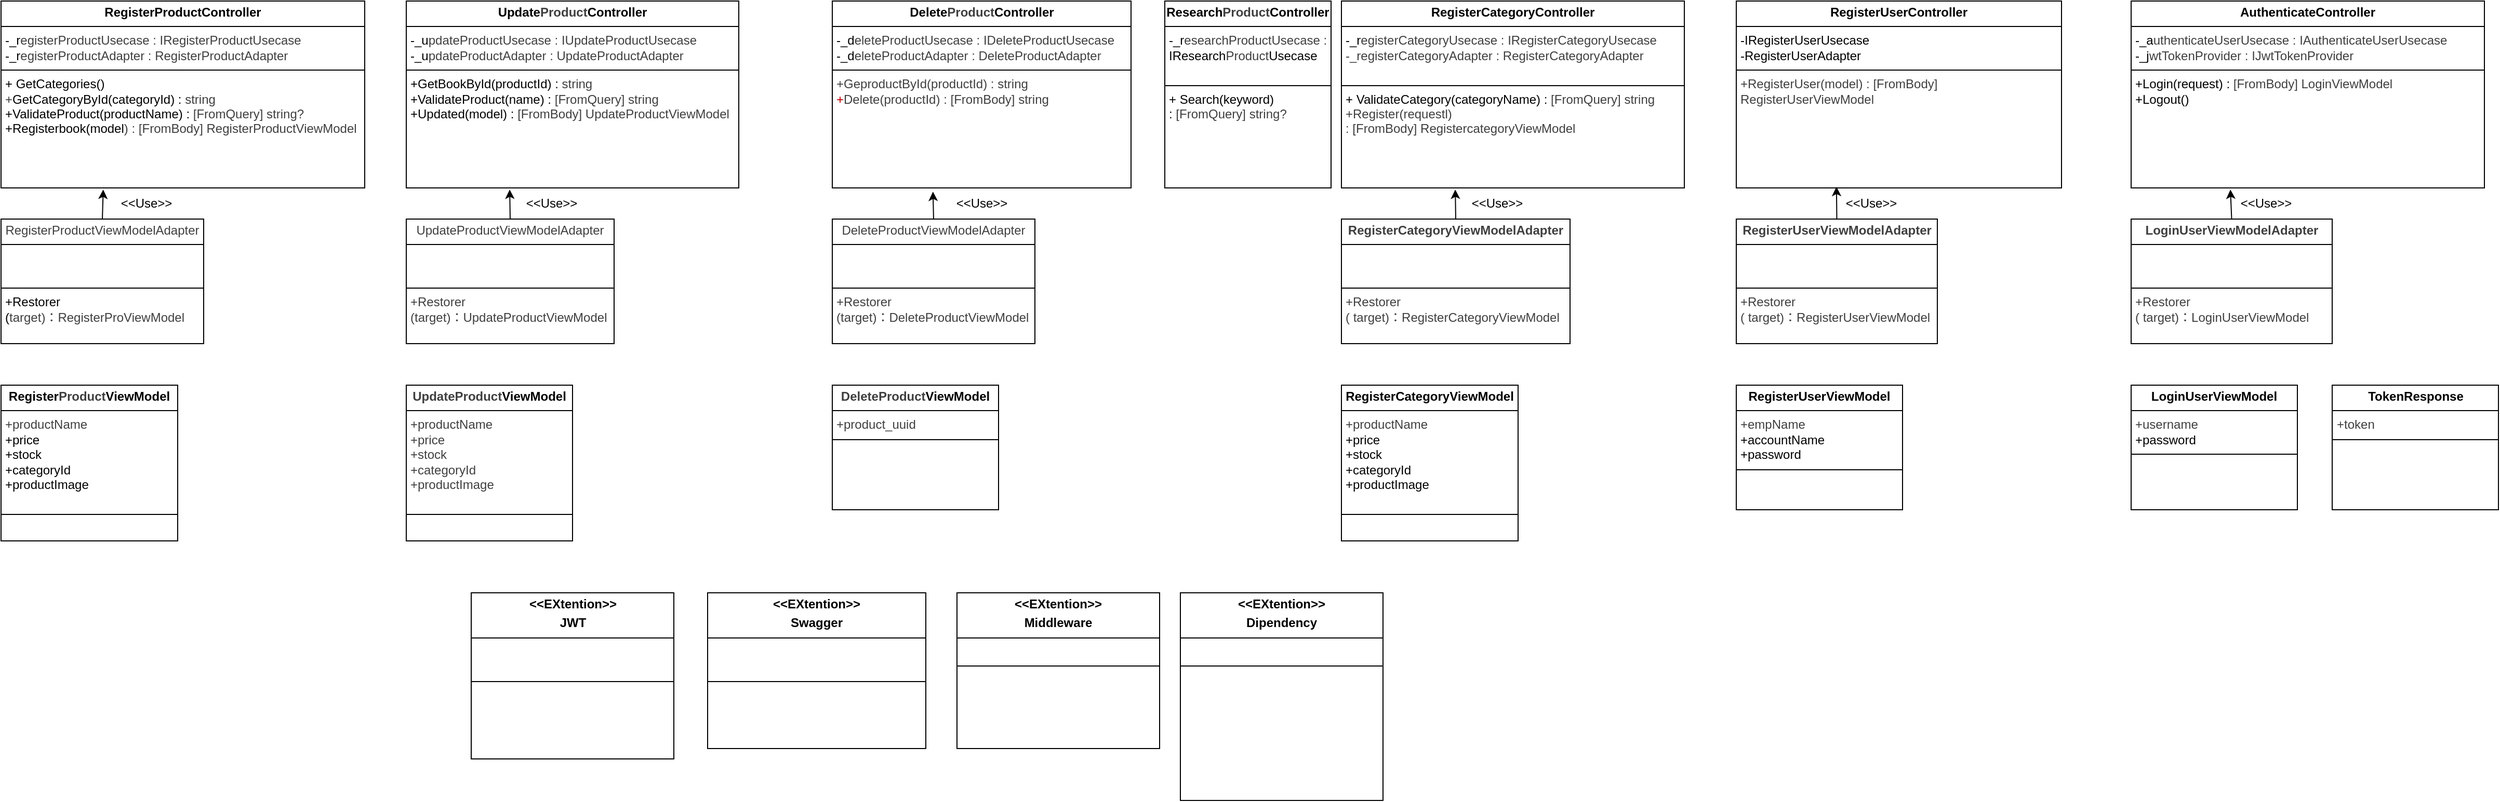
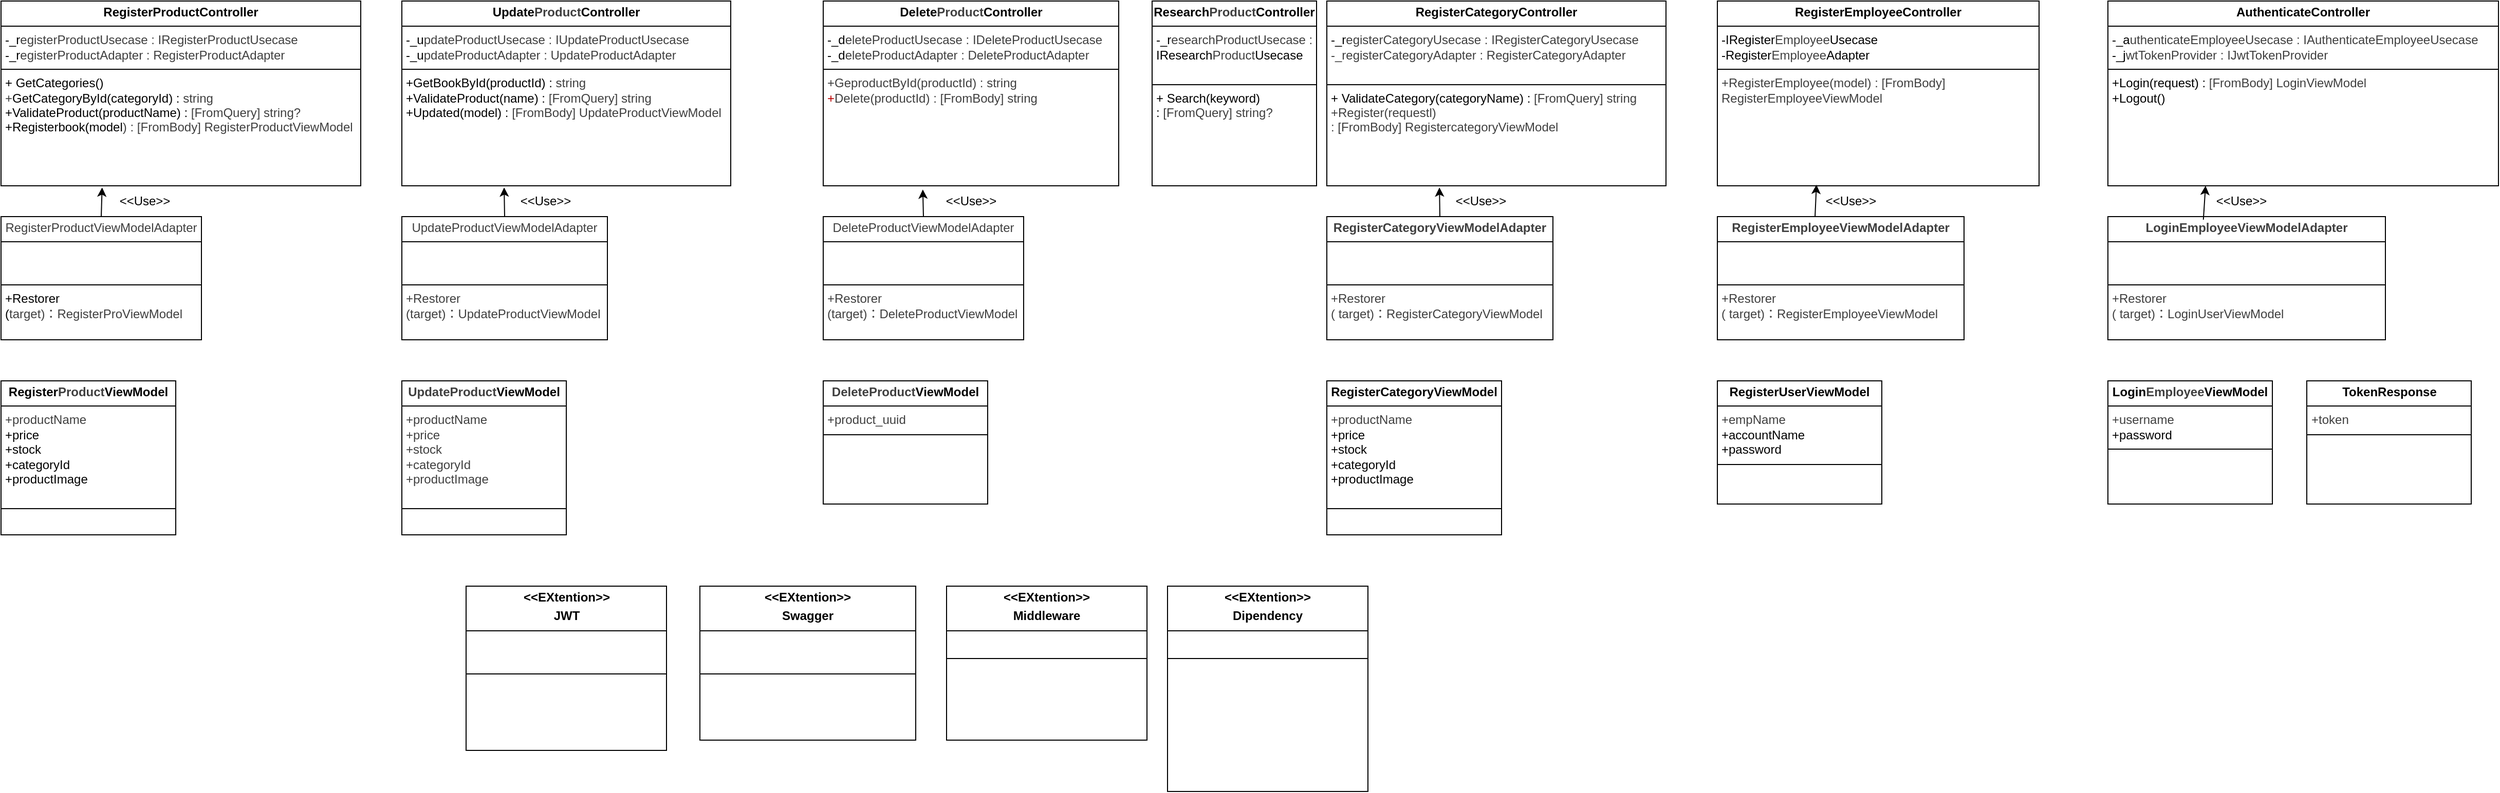
<mxfile host="65bd71144e">
    <diagram id="EApjV0AEF5bl3lN2ML2e" name="ページ1">
-         <mxGraphModel dx="1513" dy="342" grid="1" gridSize="10" guides="1" tooltips="1" connect="1" arrows="1" fold="1" page="1" pageScale="1" pageWidth="827" pageHeight="1169" math="0" shadow="0">
+         <mxGraphModel dx="2153" dy="702" grid="1" gridSize="10" guides="1" tooltips="1" connect="1" arrows="1" fold="1" page="1" pageScale="1" pageWidth="827" pageHeight="1169" math="0" shadow="0">
            <root>
                <mxCell id="0"/>
                <mxCell id="1" parent="0"/>
                <mxCell id="2" value="&lt;p style=&quot;margin:0px;margin-top:4px;text-align:center;&quot;&gt;&lt;b&gt;RegisterProductController&lt;/b&gt;&lt;/p&gt;&lt;hr size=&quot;1&quot; style=&quot;border-style:solid;&quot;&gt;&lt;p style=&quot;margin:0px;margin-left:4px;&quot;&gt;-_r&lt;span style=&quot;background-color: transparent; color: rgb(63, 63, 63);&quot;&gt;egister&lt;/span&gt;&lt;span style=&quot;background-color: transparent; scrollbar-color: rgb(226, 226, 226) rgb(251, 251, 251); text-align: center; color: rgb(63, 63, 63);&quot;&gt;Product&lt;/span&gt;&lt;span style=&quot;background-color: transparent; color: rgb(63, 63, 63);&quot;&gt;Usecase :&amp;nbsp;&lt;/span&gt;&lt;span style=&quot;color: rgb(63, 63, 63); background-color: transparent;&quot;&gt;IRegister&lt;/span&gt;&lt;span style=&quot;background-color: transparent; scrollbar-color: rgb(226, 226, 226) rgb(251, 251, 251); text-align: center; color: rgb(63, 63, 63);&quot;&gt;Product&lt;/span&gt;&lt;span style=&quot;color: rgb(63, 63, 63); background-color: transparent;&quot;&gt;Usecase&lt;/span&gt;&lt;/p&gt;&lt;p style=&quot;margin:0px;margin-left:4px;&quot;&gt;-_r&lt;span style=&quot;background-color: transparent; color: rgb(63, 63, 63);&quot;&gt;egister&lt;/span&gt;&lt;span style=&quot;background-color: transparent; scrollbar-color: rgb(226, 226, 226) rgb(251, 251, 251); text-align: center; color: rgb(63, 63, 63);&quot;&gt;Product&lt;/span&gt;&lt;span style=&quot;background-color: transparent; color: rgb(63, 63, 63);&quot;&gt;Adapter :&amp;nbsp;&lt;/span&gt;&lt;span style=&quot;color: rgb(63, 63, 63); background-color: transparent;&quot;&gt;Register&lt;/span&gt;&lt;span style=&quot;background-color: transparent; scrollbar-color: rgb(226, 226, 226) rgb(251, 251, 251); text-align: center; color: rgb(63, 63, 63);&quot;&gt;Product&lt;/span&gt;&lt;span style=&quot;color: rgb(63, 63, 63); background-color: transparent;&quot;&gt;Adapter&lt;/span&gt;&lt;/p&gt;&lt;hr size=&quot;1&quot; style=&quot;border-style:solid;&quot;&gt;&lt;p style=&quot;margin:0px;margin-left:4px;&quot;&gt;+&amp;nbsp;&lt;span style=&quot;background-color: transparent;&quot;&gt;GetCategories()&lt;/span&gt;&lt;/p&gt;&lt;p style=&quot;margin:0px;margin-left:4px;&quot;&gt;&lt;span style=&quot;color: rgb(63, 63, 63); background-color: transparent;&quot;&gt;+&lt;/span&gt;&lt;span style=&quot;background-color: transparent;&quot;&gt;GetCategoryById(categoryId) :&amp;nbsp;&lt;/span&gt;&lt;span style=&quot;color: rgb(63, 63, 63); background-color: transparent;&quot;&gt;string&lt;/span&gt;&lt;span style=&quot;color: rgb(63, 63, 63); background-color: transparent;&quot;&gt;&amp;nbsp;&lt;/span&gt;&lt;/p&gt;&lt;p style=&quot;margin:0px;margin-left:4px;&quot;&gt;+ValidateProduct(productName) :&amp;nbsp;&lt;span style=&quot;color: rgb(63, 63, 63); background-color: transparent;&quot;&gt;[FromQuery] string?&lt;/span&gt;&lt;span style=&quot;color: rgb(63, 63, 63); background-color: transparent;&quot;&gt;&amp;nbsp;&lt;/span&gt;&lt;/p&gt;&lt;p style=&quot;margin:0px;margin-left:4px;&quot;&gt;+&lt;span style=&quot;background-color: transparent;&quot;&gt;Registerbook(model&lt;/span&gt;&lt;span style=&quot;background-color: transparent; color: rgb(63, 63, 63);&quot;&gt;) :&amp;nbsp;&lt;/span&gt;&lt;span style=&quot;background-color: transparent; color: rgb(63, 63, 63);&quot;&gt;[FromBody]&amp;nbsp;&lt;/span&gt;&lt;span style=&quot;color: rgb(63, 63, 63); background-color: transparent;&quot;&gt;RegisterProductViewModel&lt;/span&gt;&lt;span style=&quot;color: rgb(63, 63, 63); background-color: transparent;&quot;&gt;&amp;nbsp;&lt;/span&gt;&lt;/p&gt;&lt;div&gt;&lt;br&gt;&lt;/div&gt;" style="verticalAlign=top;align=left;overflow=fill;html=1;whiteSpace=wrap;" parent="1" vertex="1">
                    <mxGeometry x="-420" y="870" width="350" height="180" as="geometry"/>
                </mxCell>
                <mxCell id="3" value="&lt;p style=&quot;margin:0px;margin-top:4px;text-align:center;&quot;&gt;&lt;b&gt;Register&lt;span style=&quot;color: rgb(63, 63, 63);&quot;&gt;Product&lt;/span&gt;ViewModel&lt;/b&gt;&lt;/p&gt;&lt;hr size=&quot;1&quot; style=&quot;border-style:solid;&quot;&gt;&lt;p style=&quot;margin:0px;margin-left:4px;&quot;&gt;&lt;span style=&quot;color: rgb(63, 63, 63); background-color: transparent;&quot;&gt;+productName&lt;/span&gt;&lt;/p&gt;&lt;p style=&quot;margin:0px;margin-left:4px;&quot;&gt;+price&lt;/p&gt;&lt;p style=&quot;margin:0px;margin-left:4px;&quot;&gt;+stock&lt;/p&gt;&lt;p style=&quot;margin:0px;margin-left:4px;&quot;&gt;+categoryId&lt;/p&gt;&lt;p style=&quot;margin:0px;margin-left:4px;&quot;&gt;+productImage&lt;/p&gt;&lt;p style=&quot;margin:0px;margin-left:4px;&quot;&gt;&lt;br&gt;&lt;/p&gt;&lt;hr size=&quot;1&quot; style=&quot;border-style:solid;&quot;&gt;&lt;p style=&quot;margin:0px;margin-left:4px;&quot;&gt;&lt;br&gt;&lt;/p&gt;" style="verticalAlign=top;align=left;overflow=fill;html=1;whiteSpace=wrap;" parent="1" vertex="1">
                    <mxGeometry x="-420" y="1240" width="170" height="150" as="geometry"/>
                </mxCell>
                <mxCell id="4" value="&lt;p style=&quot;margin:0px;margin-top:4px;text-align:center;&quot;&gt;&lt;span style=&quot;color: rgb(63, 63, 63); background-color: transparent;&quot;&gt;Register&lt;span style=&quot;color: rgb(63, 63, 63); scrollbar-color: rgb(226, 226, 226) rgb(251, 251, 251);&quot;&gt;Product&lt;/span&gt;ViewModelAdapter&lt;/span&gt;&lt;/p&gt;&lt;hr size=&quot;1&quot; style=&quot;border-style:solid;&quot;&gt;&lt;p style=&quot;margin:0px;margin-left:4px;&quot;&gt;&lt;br&gt;&lt;/p&gt;&lt;p style=&quot;margin:0px;margin-left:4px;&quot;&gt;&lt;br&gt;&lt;/p&gt;&lt;hr size=&quot;1&quot; style=&quot;border-style:solid;&quot;&gt;&lt;p style=&quot;margin:0px;margin-left:4px;&quot;&gt;&lt;span style=&quot;background-color: transparent;&quot;&gt;+Restorer&lt;/span&gt;&lt;/p&gt;&lt;p style=&quot;margin:0px;margin-left:4px;&quot;&gt;&lt;span style=&quot;background-color: transparent;&quot;&gt;(&lt;/span&gt;&lt;span style=&quot;background-color: transparent; color: rgb(63, 63, 63); scrollbar-color: rgb(226, 226, 226) rgb(251, 251, 251); text-align: center;&quot;&gt;target&lt;/span&gt;&lt;span style=&quot;background-color: transparent; color: rgb(63, 63, 63);&quot;&gt;)：&lt;/span&gt;&lt;span style=&quot;color: rgb(63, 63, 63); text-align: center; background-color: transparent;&quot;&gt;RegisterProViewModel&lt;/span&gt;&lt;/p&gt;" style="verticalAlign=top;align=left;overflow=fill;html=1;whiteSpace=wrap;" parent="1" vertex="1">
                    <mxGeometry x="-420" y="1080" width="195" height="120" as="geometry"/>
                </mxCell>
                <mxCell id="5" value="&lt;p style=&quot;margin:0px;margin-top:4px;text-align:center;&quot;&gt;&lt;b&gt;Update&lt;/b&gt;&lt;b style=&quot;color: rgb(63, 63, 63); scrollbar-color: rgb(226, 226, 226) rgb(251, 251, 251);&quot;&gt;Product&lt;/b&gt;&lt;b&gt;Controller&lt;/b&gt;&lt;/p&gt;&lt;hr size=&quot;1&quot; style=&quot;border-style:solid;&quot;&gt;&lt;p style=&quot;margin:0px;margin-left:4px;&quot;&gt;-_u&lt;span style=&quot;background-color: transparent; color: rgb(63, 63, 63);&quot;&gt;pdate&lt;/span&gt;&lt;span style=&quot;background-color: transparent; scrollbar-color: rgb(226, 226, 226) rgb(251, 251, 251); text-align: center; color: rgb(63, 63, 63);&quot;&gt;Product&lt;/span&gt;&lt;span style=&quot;background-color: transparent; color: rgb(63, 63, 63);&quot;&gt;Usecase :&amp;nbsp;&lt;/span&gt;&lt;span style=&quot;color: rgb(63, 63, 63); background-color: transparent;&quot;&gt;IUpdate&lt;/span&gt;&lt;span style=&quot;background-color: transparent; scrollbar-color: rgb(226, 226, 226) rgb(251, 251, 251); text-align: center; color: rgb(63, 63, 63);&quot;&gt;Product&lt;/span&gt;&lt;span style=&quot;color: rgb(63, 63, 63); background-color: transparent;&quot;&gt;Usecase&lt;/span&gt;&lt;/p&gt;&lt;p style=&quot;margin:0px;margin-left:4px;&quot;&gt;-_u&lt;span style=&quot;background-color: transparent; color: rgb(63, 63, 63);&quot;&gt;pdate&lt;/span&gt;&lt;span style=&quot;background-color: transparent; scrollbar-color: rgb(226, 226, 226) rgb(251, 251, 251); text-align: center; color: rgb(63, 63, 63);&quot;&gt;Product&lt;/span&gt;&lt;span style=&quot;background-color: transparent; color: rgb(63, 63, 63);&quot;&gt;Adapter :&amp;nbsp;&lt;/span&gt;&lt;span style=&quot;color: rgb(63, 63, 63); background-color: transparent;&quot;&gt;Update&lt;/span&gt;&lt;span style=&quot;background-color: transparent; scrollbar-color: rgb(226, 226, 226) rgb(251, 251, 251); text-align: center; color: rgb(63, 63, 63);&quot;&gt;Product&lt;/span&gt;&lt;span style=&quot;color: rgb(63, 63, 63); background-color: transparent;&quot;&gt;Adapter&lt;/span&gt;&lt;/p&gt;&lt;hr size=&quot;1&quot; style=&quot;border-style:solid;&quot;&gt;&lt;p style=&quot;margin:0px;margin-left:4px;&quot;&gt;+GetBookById(productId) :&amp;nbsp;&lt;span style=&quot;color: rgb(63, 63, 63); background-color: transparent;&quot;&gt;string&lt;/span&gt;&lt;span style=&quot;color: rgb(63, 63, 63); background-color: transparent;&quot;&gt;&amp;nbsp;&lt;/span&gt;&lt;/p&gt;&lt;p style=&quot;margin:0px;margin-left:4px;&quot;&gt;+ValidateProduct(name) :&amp;nbsp;&lt;span style=&quot;color: rgb(63, 63, 63); background-color: transparent;&quot;&gt;[FromQuery] string&lt;/span&gt;&lt;span style=&quot;color: rgb(63, 63, 63); background-color: transparent;&quot;&gt;&amp;nbsp;&lt;/span&gt;&lt;/p&gt;&lt;p style=&quot;margin:0px;margin-left:4px;&quot;&gt;+Updated(model) :&amp;nbsp;&lt;span style=&quot;color: rgb(63, 63, 63); background-color: transparent;&quot;&gt;[FromBody] UpdateProductViewModel&lt;/span&gt;&lt;span style=&quot;color: rgb(63, 63, 63); background-color: transparent;&quot;&gt;&amp;nbsp;&lt;/span&gt;&lt;/p&gt;" style="verticalAlign=top;align=left;overflow=fill;html=1;whiteSpace=wrap;" parent="1" vertex="1">
                    <mxGeometry x="-30" y="870" width="320" height="180" as="geometry"/>
                </mxCell>
                <mxCell id="6" value="&lt;p style=&quot;margin:0px;margin-top:4px;text-align:center;&quot;&gt;&lt;b&gt;Delete&lt;/b&gt;&lt;b style=&quot;color: rgb(63, 63, 63); scrollbar-color: rgb(226, 226, 226) rgb(251, 251, 251);&quot;&gt;Product&lt;/b&gt;&lt;b&gt;Controller&lt;/b&gt;&lt;/p&gt;&lt;hr size=&quot;1&quot; style=&quot;border-style:solid;&quot;&gt;&lt;p style=&quot;margin:0px;margin-left:4px;&quot;&gt;-_d&lt;span style=&quot;background-color: transparent; color: rgb(63, 63, 63);&quot;&gt;elete&lt;/span&gt;&lt;span style=&quot;background-color: transparent; scrollbar-color: rgb(226, 226, 226) rgb(251, 251, 251); text-align: center; color: rgb(63, 63, 63);&quot;&gt;Product&lt;/span&gt;&lt;span style=&quot;background-color: transparent; color: rgb(63, 63, 63);&quot;&gt;Usecase :&amp;nbsp;&lt;/span&gt;&lt;span style=&quot;color: rgb(63, 63, 63); background-color: transparent;&quot;&gt;IDelete&lt;/span&gt;&lt;span style=&quot;background-color: transparent; text-align: center; color: rgb(63, 63, 63);&quot;&gt;Product&lt;/span&gt;&lt;span style=&quot;color: rgb(63, 63, 63); background-color: transparent;&quot;&gt;Usecase&lt;/span&gt;&lt;/p&gt;&lt;p style=&quot;margin:0px;margin-left:4px;&quot;&gt;-_d&lt;span style=&quot;background-color: transparent; color: rgb(63, 63, 63);&quot;&gt;elete&lt;/span&gt;&lt;span style=&quot;background-color: transparent; scrollbar-color: rgb(226, 226, 226) rgb(251, 251, 251); text-align: center; color: rgb(63, 63, 63);&quot;&gt;Product&lt;/span&gt;&lt;span style=&quot;background-color: transparent; color: rgb(63, 63, 63);&quot;&gt;Adapter :&amp;nbsp;&lt;/span&gt;&lt;span style=&quot;color: rgb(63, 63, 63); background-color: transparent;&quot;&gt;Delete&lt;/span&gt;&lt;span style=&quot;background-color: transparent; text-align: center; color: rgb(63, 63, 63);&quot;&gt;Product&lt;/span&gt;&lt;span style=&quot;color: rgb(63, 63, 63); background-color: transparent;&quot;&gt;Adapter&lt;/span&gt;&lt;/p&gt;&lt;hr size=&quot;1&quot; style=&quot;border-style:solid;&quot;&gt;&lt;p style=&quot;color: rgb(63, 63, 63); scrollbar-color: rgb(226, 226, 226) rgb(251, 251, 251); margin: 0px 0px 0px 4px;&quot;&gt;+GeproductById(productId) :&amp;nbsp;&lt;span style=&quot;color: rgb(63, 63, 63); background-color: transparent;&quot;&gt;string&lt;/span&gt;&lt;span style=&quot;color: rgb(63, 63, 63); background-color: transparent;&quot;&gt;&amp;nbsp;&lt;/span&gt;&lt;/p&gt;&lt;p style=&quot;scrollbar-color: rgb(226, 226, 226) rgb(251, 251, 251); margin: 0px 0px 0px 4px; color: rgb(63, 63, 63);&quot;&gt;&lt;font color=&quot;rgba(0, 0, 0, 0)&quot;&gt;+&lt;/font&gt;&lt;span style=&quot;background-color: transparent;&quot;&gt;Delete(productId) : [&lt;/span&gt;&lt;span style=&quot;color: rgb(63, 63, 63); background-color: transparent;&quot;&gt;FromBody] string&lt;/span&gt;&lt;/p&gt;" style="verticalAlign=top;align=left;overflow=fill;html=1;whiteSpace=wrap;" parent="1" vertex="1">
                    <mxGeometry x="380" y="870" width="287.5" height="180" as="geometry"/>
                </mxCell>
                <mxCell id="7" value="&lt;p style=&quot;margin:0px;margin-top:4px;text-align:center;&quot;&gt;&lt;b&gt;Research&lt;/b&gt;&lt;b style=&quot;color: rgb(63, 63, 63); scrollbar-color: rgb(226, 226, 226) rgb(251, 251, 251);&quot;&gt;Product&lt;/b&gt;&lt;b&gt;Controller&lt;/b&gt;&lt;/p&gt;&lt;hr size=&quot;1&quot; style=&quot;border-style:solid;&quot;&gt;&lt;p style=&quot;margin:0px;margin-left:4px;&quot;&gt;-_r&lt;span style=&quot;color: rgb(63, 63, 63); background-color: transparent;&quot;&gt;esearch&lt;/span&gt;&lt;span style=&quot;color: rgb(63, 63, 63); background-color: transparent; scrollbar-color: rgb(226, 226, 226) rgb(251, 251, 251); text-align: center;&quot;&gt;Product&lt;/span&gt;&lt;span style=&quot;color: rgb(63, 63, 63); background-color: transparent;&quot;&gt;Usecase :&amp;nbsp;&lt;/span&gt;&lt;/p&gt;&lt;p style=&quot;margin:0px;margin-left:4px;&quot;&gt;IResearch&lt;span style=&quot;color: rgb(63, 63, 63); text-align: center;&quot;&gt;Product&lt;/span&gt;Usecase&lt;/p&gt;&lt;p style=&quot;margin:0px;margin-left:4px;&quot;&gt;&lt;br&gt;&lt;/p&gt;&lt;hr size=&quot;1&quot; style=&quot;border-style:solid;&quot;&gt;&lt;p style=&quot;margin:0px;margin-left:4px;&quot;&gt;+ Search(keyword) :&amp;nbsp;&lt;span style=&quot;color: rgb(63, 63, 63); background-color: transparent;&quot;&gt;[FromQuery] string?&lt;/span&gt;&lt;span style=&quot;color: rgb(63, 63, 63); background-color: transparent;&quot;&gt;&amp;nbsp;&lt;/span&gt;&lt;/p&gt;" style="verticalAlign=top;align=left;overflow=fill;html=1;whiteSpace=wrap;" parent="1" vertex="1">
                    <mxGeometry x="700" y="870" width="160" height="180" as="geometry"/>
                </mxCell>
-                 <mxCell id="8" value="&lt;p style=&quot;margin:0px;margin-top:4px;text-align:center;&quot;&gt;&lt;b&gt;RegisterUserController&lt;/b&gt;&lt;/p&gt;&lt;hr size=&quot;1&quot; style=&quot;border-style:solid;&quot;&gt;&lt;p style=&quot;margin:0px;margin-left:4px;&quot;&gt;-IRegisterUserUsecase&lt;/p&gt;&lt;p style=&quot;margin:0px;margin-left:4px;&quot;&gt;-RegisterUserAdapter&lt;/p&gt;&lt;hr size=&quot;1&quot; style=&quot;border-style:solid;&quot;&gt;&lt;p style=&quot;margin:0px;margin-left:4px;&quot;&gt;&lt;span style=&quot;color: rgb(63, 63, 63); background-color: transparent;&quot;&gt;+&lt;/span&gt;&lt;span style=&quot;color: rgb(63, 63, 63); background-color: transparent;&quot;&gt;RegisterUser(model&lt;/span&gt;&lt;span style=&quot;background-color: transparent; color: rgb(63, 63, 63);&quot;&gt;) :&amp;nbsp;&lt;/span&gt;&lt;span style=&quot;color: rgb(63, 63, 63); background-color: transparent;&quot;&gt;[FromBody] RegisterUserViewModel&lt;/span&gt;&lt;/p&gt;&lt;div&gt;&lt;br&gt;&lt;/div&gt;" style="verticalAlign=top;align=left;overflow=fill;html=1;whiteSpace=wrap;" parent="1" vertex="1">
+                 <mxCell id="8" value="&lt;p style=&quot;margin:0px;margin-top:4px;text-align:center;&quot;&gt;&lt;b&gt;RegisterEmployeeController&lt;/b&gt;&lt;/p&gt;&lt;hr size=&quot;1&quot; style=&quot;border-style:solid;&quot;&gt;&lt;p style=&quot;margin:0px;margin-left:4px;&quot;&gt;-IRegister&lt;span style=&quot;color: rgb(63, 63, 63); scrollbar-color: rgb(226, 226, 226) rgb(251, 251, 251); text-align: center;&quot;&gt;Employee&lt;/span&gt;Usecase&lt;/p&gt;&lt;p style=&quot;margin:0px;margin-left:4px;&quot;&gt;-Register&lt;span style=&quot;color: rgb(63, 63, 63); text-align: center;&quot;&gt;Employee&lt;/span&gt;Adapter&lt;/p&gt;&lt;hr size=&quot;1&quot; style=&quot;border-style:solid;&quot;&gt;&lt;p style=&quot;margin:0px;margin-left:4px;&quot;&gt;&lt;span style=&quot;color: rgb(63, 63, 63); background-color: transparent;&quot;&gt;+&lt;/span&gt;&lt;span style=&quot;color: rgb(63, 63, 63); background-color: transparent;&quot;&gt;Register&lt;span style=&quot;color: rgb(63, 63, 63); text-align: center;&quot;&gt;Employee&lt;/span&gt;(model&lt;/span&gt;&lt;span style=&quot;background-color: transparent; color: rgb(63, 63, 63);&quot;&gt;) :&amp;nbsp;&lt;/span&gt;&lt;span style=&quot;color: rgb(63, 63, 63); background-color: transparent;&quot;&gt;[FromBody] Register&lt;span style=&quot;color: rgb(63, 63, 63); text-align: center;&quot;&gt;Employee&lt;/span&gt;ViewModel&lt;/span&gt;&lt;/p&gt;&lt;div&gt;&lt;br&gt;&lt;/div&gt;" style="verticalAlign=top;align=left;overflow=fill;html=1;whiteSpace=wrap;" parent="1" vertex="1">
                    <mxGeometry x="1250" y="870" width="313" height="180" as="geometry"/>
                </mxCell>
-                 <mxCell id="9" value="&lt;p style=&quot;margin:0px;margin-top:4px;text-align:center;&quot;&gt;&lt;b&gt;AuthenticateController&lt;/b&gt;&lt;/p&gt;&lt;hr size=&quot;1&quot; style=&quot;border-style:solid;&quot;&gt;&lt;p style=&quot;margin:0px;margin-left:4px;&quot;&gt;-_a&lt;span style=&quot;color: rgb(63, 63, 63); background-color: transparent;&quot;&gt;uthenticateUserUsecase :&amp;nbsp;&lt;/span&gt;&lt;span style=&quot;color: rgb(63, 63, 63); background-color: transparent;&quot;&gt;IAuthenticateUserUsecase&lt;/span&gt;&lt;/p&gt;&lt;p style=&quot;margin:0px;margin-left:4px;&quot;&gt;-_j&lt;span style=&quot;color: rgb(63, 63, 63); background-color: transparent;&quot;&gt;wtTokenProvider :&amp;nbsp;&lt;/span&gt;&lt;span style=&quot;color: rgb(63, 63, 63); background-color: transparent;&quot;&gt;IJwtTokenProvider&lt;/span&gt;&lt;/p&gt;&lt;hr size=&quot;1&quot; style=&quot;border-style:solid;&quot;&gt;&lt;p style=&quot;margin:0px;margin-left:4px;&quot;&gt;+Login(request) :&amp;nbsp;&lt;span style=&quot;color: rgb(63, 63, 63); background-color: transparent;&quot;&gt;[FromBody] LoginViewModel&lt;/span&gt;&lt;span style=&quot;color: rgb(63, 63, 63); background-color: transparent;&quot;&gt;&amp;nbsp;&lt;/span&gt;&lt;/p&gt;&lt;p style=&quot;margin:0px;margin-left:4px;&quot;&gt;+Logout()&lt;/p&gt;" style="verticalAlign=top;align=left;overflow=fill;html=1;whiteSpace=wrap;" parent="1" vertex="1">
-                     <mxGeometry x="1630" y="870" width="340" height="180" as="geometry"/>
+                 <mxCell id="9" value="&lt;p style=&quot;margin:0px;margin-top:4px;text-align:center;&quot;&gt;&lt;b&gt;AuthenticateController&lt;/b&gt;&lt;/p&gt;&lt;hr size=&quot;1&quot; style=&quot;border-style:solid;&quot;&gt;&lt;p style=&quot;margin:0px;margin-left:4px;&quot;&gt;-_a&lt;span style=&quot;color: rgb(63, 63, 63); background-color: transparent;&quot;&gt;uthenticate&lt;span style=&quot;color: rgb(63, 63, 63); text-align: center;&quot;&gt;Employee&lt;/span&gt;Usecase :&amp;nbsp;&lt;/span&gt;&lt;span style=&quot;color: rgb(63, 63, 63); background-color: transparent;&quot;&gt;IAuthenticate&lt;span style=&quot;color: rgb(63, 63, 63); text-align: center;&quot;&gt;Employee&lt;/span&gt;Usecase&lt;/span&gt;&lt;/p&gt;&lt;p style=&quot;margin:0px;margin-left:4px;&quot;&gt;-_j&lt;span style=&quot;color: rgb(63, 63, 63); background-color: transparent;&quot;&gt;wtTokenProvider :&amp;nbsp;&lt;/span&gt;&lt;span style=&quot;color: rgb(63, 63, 63); background-color: transparent;&quot;&gt;IJwtTokenProvider&lt;/span&gt;&lt;/p&gt;&lt;hr size=&quot;1&quot; style=&quot;border-style:solid;&quot;&gt;&lt;p style=&quot;margin:0px;margin-left:4px;&quot;&gt;+Login(request) :&amp;nbsp;&lt;span style=&quot;color: rgb(63, 63, 63); background-color: transparent;&quot;&gt;[FromBody] LoginViewModel&lt;/span&gt;&lt;span style=&quot;color: rgb(63, 63, 63); background-color: transparent;&quot;&gt;&amp;nbsp;&lt;/span&gt;&lt;/p&gt;&lt;p style=&quot;margin:0px;margin-left:4px;&quot;&gt;+Logout()&lt;/p&gt;" style="verticalAlign=top;align=left;overflow=fill;html=1;whiteSpace=wrap;" parent="1" vertex="1">
+                     <mxGeometry x="1630" y="870" width="380" height="180" as="geometry"/>
                </mxCell>
                <mxCell id="10" value="&lt;p style=&quot;margin:0px;margin-top:4px;text-align:center;&quot;&gt;&lt;b&gt;&lt;span style=&quot;background-color: transparent; color: rgb(63, 63, 63); scrollbar-color: rgb(226, 226, 226) rgb(251, 251, 251);&quot;&gt;Update&lt;/span&gt;&lt;span style=&quot;color: rgb(63, 63, 63);&quot;&gt;Product&lt;/span&gt;ViewModel&lt;/b&gt;&lt;/p&gt;&lt;hr size=&quot;1&quot; style=&quot;border-style:solid;&quot;&gt;&lt;p style=&quot;color: rgb(63, 63, 63); scrollbar-color: rgb(226, 226, 226) rgb(251, 251, 251); margin: 0px 0px 0px 4px;&quot;&gt;&lt;span style=&quot;scrollbar-color: rgb(226, 226, 226) rgb(251, 251, 251); background-color: transparent; color: rgb(63, 63, 63);&quot;&gt;+productName&lt;/span&gt;&lt;/p&gt;&lt;p style=&quot;color: rgb(63, 63, 63); scrollbar-color: rgb(226, 226, 226) rgb(251, 251, 251); margin: 0px 0px 0px 4px;&quot;&gt;+price&lt;/p&gt;&lt;p style=&quot;color: rgb(63, 63, 63); scrollbar-color: rgb(226, 226, 226) rgb(251, 251, 251); margin: 0px 0px 0px 4px;&quot;&gt;+stock&lt;/p&gt;&lt;p style=&quot;color: rgb(63, 63, 63); scrollbar-color: rgb(226, 226, 226) rgb(251, 251, 251); margin: 0px 0px 0px 4px;&quot;&gt;+categoryId&lt;/p&gt;&lt;p style=&quot;color: rgb(63, 63, 63); scrollbar-color: rgb(226, 226, 226) rgb(251, 251, 251); margin: 0px 0px 0px 4px;&quot;&gt;+productImage&lt;/p&gt;&lt;p style=&quot;color: rgb(63, 63, 63); scrollbar-color: rgb(226, 226, 226) rgb(251, 251, 251); margin: 0px 0px 0px 4px;&quot;&gt;&lt;br style=&quot;color: rgb(63, 63, 63); scrollbar-color: rgb(226, 226, 226) rgb(251, 251, 251);&quot;&gt;&lt;/p&gt;&lt;hr size=&quot;1&quot; style=&quot;border-style:solid;&quot;&gt;&lt;p style=&quot;margin:0px;margin-left:4px;&quot;&gt;&lt;br&gt;&lt;/p&gt;" style="verticalAlign=top;align=left;overflow=fill;html=1;whiteSpace=wrap;" parent="1" vertex="1">
                    <mxGeometry x="-30" y="1240" width="160" height="150" as="geometry"/>
                </mxCell>
                <mxCell id="11" value="&lt;p style=&quot;margin:0px;margin-top:4px;text-align:center;&quot;&gt;&lt;b style=&quot;background-color: transparent; color: rgb(63, 63, 63); scrollbar-color: rgb(226, 226, 226) rgb(251, 251, 251);&quot;&gt;Delete&lt;/b&gt;&lt;b style=&quot;color: rgb(63, 63, 63); scrollbar-color: rgb(226, 226, 226) rgb(251, 251, 251);&quot;&gt;Product&lt;/b&gt;&lt;b&gt;ViewModel&lt;/b&gt;&lt;/p&gt;&lt;hr size=&quot;1&quot; style=&quot;border-style:solid;&quot;&gt;&lt;p style=&quot;margin:0px;margin-left:4px;&quot;&gt;&lt;span style=&quot;color: rgb(63, 63, 63); background-color: transparent;&quot;&gt;+product_uuid&lt;/span&gt;&lt;/p&gt;&lt;hr size=&quot;1&quot; style=&quot;border-style:solid;&quot;&gt;&lt;p style=&quot;margin:0px;margin-left:4px;&quot;&gt;&lt;br&gt;&lt;/p&gt;" style="verticalAlign=top;align=left;overflow=fill;html=1;whiteSpace=wrap;" parent="1" vertex="1">
                    <mxGeometry x="380" y="1240" width="160" height="120" as="geometry"/>
                </mxCell>
                <mxCell id="12" value="&lt;p style=&quot;margin:0px;margin-top:4px;text-align:center;&quot;&gt;&lt;b&gt;RegisterUserViewModel&lt;/b&gt;&lt;/p&gt;&lt;hr size=&quot;1&quot; style=&quot;border-style:solid;&quot;&gt;&lt;p style=&quot;margin:0px;margin-left:4px;&quot;&gt;&lt;span style=&quot;color: rgb(63, 63, 63); background-color: transparent;&quot;&gt;+empName&lt;/span&gt;&lt;/p&gt;&lt;p style=&quot;margin:0px;margin-left:4px;&quot;&gt;+accountName&lt;/p&gt;&lt;p style=&quot;margin:0px;margin-left:4px;&quot;&gt;+password&lt;/p&gt;&lt;hr size=&quot;1&quot; style=&quot;border-style:solid;&quot;&gt;&lt;p style=&quot;margin:0px;margin-left:4px;&quot;&gt;&lt;br&gt;&lt;/p&gt;" style="verticalAlign=top;align=left;overflow=fill;html=1;whiteSpace=wrap;" parent="1" vertex="1">
                    <mxGeometry x="1250" y="1240" width="160" height="120" as="geometry"/>
                </mxCell>
-                 <mxCell id="13" value="&lt;p style=&quot;margin:0px;margin-top:4px;text-align:center;&quot;&gt;&lt;b style=&quot;color: rgb(63, 63, 63); background-color: transparent;&quot;&gt;RegisterUserViewModelAdapter&lt;/b&gt;&lt;/p&gt;&lt;hr size=&quot;1&quot; style=&quot;border-style:solid;&quot;&gt;&lt;p style=&quot;margin:0px;margin-left:4px;&quot;&gt;&lt;br&gt;&lt;/p&gt;&lt;p style=&quot;margin:0px;margin-left:4px;&quot;&gt;&lt;br&gt;&lt;/p&gt;&lt;hr size=&quot;1&quot; style=&quot;border-style:solid;&quot;&gt;&lt;p style=&quot;margin:0px;margin-left:4px;&quot;&gt;&lt;span style=&quot;color: rgb(63, 63, 63); scrollbar-color: rgb(226, 226, 226) rgb(251, 251, 251); background-color: transparent;&quot;&gt;+&lt;/span&gt;&lt;span style=&quot;background-color: transparent; color: rgb(63, 63, 63);&quot;&gt;Restorer&lt;/span&gt;&lt;/p&gt;&lt;p style=&quot;margin:0px;margin-left:4px;&quot;&gt;&lt;span style=&quot;color: rgb(63, 63, 63); scrollbar-color: rgb(226, 226, 226) rgb(251, 251, 251); background-color: transparent;&quot;&gt;(&lt;/span&gt;&lt;span style=&quot;scrollbar-color: rgb(226, 226, 226) rgb(251, 251, 251); background-color: transparent; text-align: center; color: rgb(63, 63, 63);&quot;&gt;&amp;nbsp;t&lt;/span&gt;&lt;span style=&quot;color: rgb(63, 63, 63); text-align: center; background-color: transparent;&quot;&gt;arget&lt;/span&gt;&lt;span style=&quot;background-color: transparent; scrollbar-color: rgb(226, 226, 226) rgb(251, 251, 251); color: rgb(63, 63, 63);&quot;&gt;)&lt;/span&gt;&lt;span style=&quot;background-color: transparent; color: rgb(63, 63, 63);&quot;&gt;：&lt;/span&gt;&lt;span style=&quot;color: rgb(63, 63, 63); text-align: center; background-color: transparent;&quot;&gt;RegisterUserViewModel&lt;/span&gt;&lt;/p&gt;" style="verticalAlign=top;align=left;overflow=fill;html=1;whiteSpace=wrap;" parent="1" vertex="1">
-                     <mxGeometry x="1250" y="1080" width="193.5" height="120" as="geometry"/>
+                 <mxCell id="13" value="&lt;p style=&quot;margin:0px;margin-top:4px;text-align:center;&quot;&gt;&lt;b style=&quot;color: rgb(63, 63, 63); background-color: transparent;&quot;&gt;Register&lt;span style=&quot;color: rgb(63, 63, 63);&quot;&gt;Employee&lt;/span&gt;ViewModelAdapter&lt;/b&gt;&lt;/p&gt;&lt;hr size=&quot;1&quot; style=&quot;border-style:solid;&quot;&gt;&lt;p style=&quot;margin:0px;margin-left:4px;&quot;&gt;&lt;br&gt;&lt;/p&gt;&lt;p style=&quot;margin:0px;margin-left:4px;&quot;&gt;&lt;br&gt;&lt;/p&gt;&lt;hr size=&quot;1&quot; style=&quot;border-style:solid;&quot;&gt;&lt;p style=&quot;margin:0px;margin-left:4px;&quot;&gt;&lt;span style=&quot;color: rgb(63, 63, 63); scrollbar-color: rgb(226, 226, 226) rgb(251, 251, 251); background-color: transparent;&quot;&gt;+&lt;/span&gt;&lt;span style=&quot;background-color: transparent; color: rgb(63, 63, 63);&quot;&gt;Restorer&lt;/span&gt;&lt;/p&gt;&lt;p style=&quot;margin:0px;margin-left:4px;&quot;&gt;&lt;span style=&quot;color: rgb(63, 63, 63); scrollbar-color: rgb(226, 226, 226) rgb(251, 251, 251); background-color: transparent;&quot;&gt;(&lt;/span&gt;&lt;span style=&quot;scrollbar-color: rgb(226, 226, 226) rgb(251, 251, 251); background-color: transparent; text-align: center; color: rgb(63, 63, 63);&quot;&gt;&amp;nbsp;t&lt;/span&gt;&lt;span style=&quot;color: rgb(63, 63, 63); text-align: center; background-color: transparent;&quot;&gt;arget&lt;/span&gt;&lt;span style=&quot;background-color: transparent; scrollbar-color: rgb(226, 226, 226) rgb(251, 251, 251); color: rgb(63, 63, 63);&quot;&gt;)&lt;/span&gt;&lt;span style=&quot;background-color: transparent; color: rgb(63, 63, 63);&quot;&gt;：&lt;/span&gt;&lt;span style=&quot;color: rgb(63, 63, 63); text-align: center; background-color: transparent;&quot;&gt;Register&lt;span style=&quot;color: rgb(63, 63, 63);&quot;&gt;Employee&lt;/span&gt;ViewModel&lt;/span&gt;&lt;/p&gt;" style="verticalAlign=top;align=left;overflow=fill;html=1;whiteSpace=wrap;" parent="1" vertex="1">
+                     <mxGeometry x="1250" y="1080" width="240" height="120" as="geometry"/>
                </mxCell>
                <mxCell id="14" value="&lt;p style=&quot;margin:0px;margin-top:4px;text-align:center;&quot;&gt;&lt;span style=&quot;color: rgb(63, 63, 63); background-color: transparent;&quot;&gt;Update&lt;span style=&quot;color: rgb(63, 63, 63);&quot;&gt;Product&lt;/span&gt;ViewModelAdapter&lt;/span&gt;&lt;/p&gt;&lt;hr size=&quot;1&quot; style=&quot;border-style:solid;&quot;&gt;&lt;p style=&quot;margin:0px;margin-left:4px;&quot;&gt;&lt;br&gt;&lt;/p&gt;&lt;p style=&quot;margin:0px;margin-left:4px;&quot;&gt;&lt;br&gt;&lt;/p&gt;&lt;hr size=&quot;1&quot; style=&quot;border-style:solid;&quot;&gt;&lt;p style=&quot;margin:0px;margin-left:4px;&quot;&gt;&lt;span style=&quot;color: rgb(63, 63, 63); scrollbar-color: rgb(226, 226, 226) rgb(251, 251, 251); background-color: transparent;&quot;&gt;+Restorer&lt;/span&gt;&lt;/p&gt;&lt;p style=&quot;margin:0px;margin-left:4px;&quot;&gt;&lt;span style=&quot;color: rgb(63, 63, 63); scrollbar-color: rgb(226, 226, 226) rgb(251, 251, 251); background-color: transparent;&quot;&gt;(&lt;/span&gt;&lt;span style=&quot;color: rgb(63, 63, 63); text-align: center; background-color: transparent;&quot;&gt;target&lt;/span&gt;&lt;span style=&quot;background-color: transparent; scrollbar-color: rgb(226, 226, 226) rgb(251, 251, 251); color: rgb(63, 63, 63);&quot;&gt;)&lt;/span&gt;&lt;span style=&quot;background-color: transparent; color: rgb(63, 63, 63);&quot;&gt;：&lt;/span&gt;&lt;span style=&quot;background-color: transparent; scrollbar-color: rgb(226, 226, 226) rgb(251, 251, 251); color: rgb(63, 63, 63);&quot;&gt;UpdateProduct&lt;/span&gt;&lt;span style=&quot;background-color: transparent; scrollbar-color: rgb(226, 226, 226) rgb(251, 251, 251); text-align: center; color: rgb(63, 63, 63);&quot;&gt;ViewModel&lt;/span&gt;&lt;/p&gt;" style="verticalAlign=top;align=left;overflow=fill;html=1;whiteSpace=wrap;" parent="1" vertex="1">
                    <mxGeometry x="-30" y="1080" width="200" height="120" as="geometry"/>
                </mxCell>
                <mxCell id="15" value="&lt;p style=&quot;margin:0px;margin-top:4px;text-align:center;&quot;&gt;&lt;span style=&quot;color: rgb(63, 63, 63); background-color: transparent;&quot;&gt;Delete&lt;span style=&quot;color: rgb(63, 63, 63);&quot;&gt;Product&lt;/span&gt;ViewModelAdapter&lt;/span&gt;&lt;/p&gt;&lt;hr size=&quot;1&quot; style=&quot;border-style:solid;&quot;&gt;&lt;p style=&quot;margin:0px;margin-left:4px;&quot;&gt;&lt;br&gt;&lt;/p&gt;&lt;p style=&quot;margin:0px;margin-left:4px;&quot;&gt;&lt;br&gt;&lt;/p&gt;&lt;hr size=&quot;1&quot; style=&quot;border-style:solid;&quot;&gt;&lt;p style=&quot;margin:0px;margin-left:4px;&quot;&gt;&lt;span style=&quot;color: rgb(63, 63, 63); scrollbar-color: rgb(226, 226, 226) rgb(251, 251, 251); background-color: transparent;&quot;&gt;+&lt;span style=&quot;color: rgb(63, 63, 63);&quot;&gt;Restorer&lt;/span&gt;&lt;/span&gt;&lt;/p&gt;&lt;p style=&quot;margin:0px;margin-left:4px;&quot;&gt;&lt;span style=&quot;color: rgb(63, 63, 63); scrollbar-color: rgb(226, 226, 226) rgb(251, 251, 251); background-color: transparent;&quot;&gt;(&lt;/span&gt;&lt;span style=&quot;color: rgb(63, 63, 63); text-align: center; background-color: transparent;&quot;&gt;target&lt;/span&gt;&lt;span style=&quot;background-color: transparent; scrollbar-color: rgb(226, 226, 226) rgb(251, 251, 251); color: rgb(63, 63, 63);&quot;&gt;)&lt;/span&gt;&lt;span style=&quot;background-color: transparent; color: rgb(63, 63, 63);&quot;&gt;：&lt;/span&gt;&lt;span style=&quot;background-color: transparent; scrollbar-color: rgb(226, 226, 226) rgb(251, 251, 251); color: rgb(63, 63, 63);&quot;&gt;DeleteProduct&lt;/span&gt;&lt;span style=&quot;background-color: transparent; scrollbar-color: rgb(226, 226, 226) rgb(251, 251, 251); text-align: center; color: rgb(63, 63, 63);&quot;&gt;ViewModel&lt;/span&gt;&lt;/p&gt;" style="verticalAlign=top;align=left;overflow=fill;html=1;whiteSpace=wrap;" parent="1" vertex="1">
                    <mxGeometry x="380" y="1080" width="195" height="120" as="geometry"/>
                </mxCell>
-                 <mxCell id="16" value="&lt;p style=&quot;margin:0px;margin-top:4px;text-align:center;&quot;&gt;&lt;b&gt;LoginUserViewModel&lt;/b&gt;&lt;/p&gt;&lt;hr size=&quot;1&quot; style=&quot;border-style:solid;&quot;&gt;&lt;p style=&quot;margin:0px;margin-left:4px;&quot;&gt;&lt;span style=&quot;color: rgb(63, 63, 63); background-color: transparent;&quot;&gt;+username&lt;/span&gt;&lt;/p&gt;&lt;p style=&quot;margin:0px;margin-left:4px;&quot;&gt;+password&lt;/p&gt;&lt;hr size=&quot;1&quot; style=&quot;border-style:solid;&quot;&gt;&lt;p style=&quot;margin:0px;margin-left:4px;&quot;&gt;&lt;br&gt;&lt;/p&gt;" style="verticalAlign=top;align=left;overflow=fill;html=1;whiteSpace=wrap;" parent="1" vertex="1">
+                 <mxCell id="16" value="&lt;p style=&quot;margin:0px;margin-top:4px;text-align:center;&quot;&gt;&lt;b&gt;Login&lt;span style=&quot;color: rgb(63, 63, 63);&quot;&gt;Employee&lt;/span&gt;ViewModel&lt;/b&gt;&lt;/p&gt;&lt;hr size=&quot;1&quot; style=&quot;border-style:solid;&quot;&gt;&lt;p style=&quot;margin:0px;margin-left:4px;&quot;&gt;&lt;span style=&quot;color: rgb(63, 63, 63); background-color: transparent;&quot;&gt;+username&lt;/span&gt;&lt;/p&gt;&lt;p style=&quot;margin:0px;margin-left:4px;&quot;&gt;+password&lt;/p&gt;&lt;hr size=&quot;1&quot; style=&quot;border-style:solid;&quot;&gt;&lt;p style=&quot;margin:0px;margin-left:4px;&quot;&gt;&lt;br&gt;&lt;/p&gt;" style="verticalAlign=top;align=left;overflow=fill;html=1;whiteSpace=wrap;" parent="1" vertex="1">
                    <mxGeometry x="1630" y="1240" width="160" height="120" as="geometry"/>
                </mxCell>
                <mxCell id="17" value="&lt;p style=&quot;margin:0px;margin-top:4px;text-align:center;&quot;&gt;&lt;b&gt;TokenResponse&lt;/b&gt;&lt;/p&gt;&lt;hr size=&quot;1&quot; style=&quot;border-style:solid;&quot;&gt;&lt;p style=&quot;margin:0px;margin-left:4px;&quot;&gt;&lt;span style=&quot;color: rgb(63, 63, 63); background-color: transparent;&quot;&gt;+token&lt;/span&gt;&lt;/p&gt;&lt;hr size=&quot;1&quot; style=&quot;border-style:solid;&quot;&gt;&lt;p style=&quot;margin:0px;margin-left:4px;&quot;&gt;&lt;br&gt;&lt;/p&gt;" style="verticalAlign=top;align=left;overflow=fill;html=1;whiteSpace=wrap;" parent="1" vertex="1">
                    <mxGeometry x="1823.5" y="1240" width="160" height="120" as="geometry"/>
                </mxCell>
                <mxCell id="18" value="&lt;p style=&quot;margin:0px;margin-top:4px;text-align:center;&quot;&gt;&lt;b&gt;&amp;lt;&amp;lt;EXtention&amp;gt;&amp;gt;&lt;/b&gt;&lt;/p&gt;&lt;p style=&quot;margin:0px;margin-top:4px;text-align:center;&quot;&gt;&lt;b&gt;JWT&lt;/b&gt;&lt;/p&gt;&lt;hr size=&quot;1&quot; style=&quot;border-style:solid;&quot;&gt;&lt;p style=&quot;margin:0px;margin-left:4px;&quot;&gt;&lt;br&gt;&lt;/p&gt;&lt;p style=&quot;margin:0px;margin-left:4px;&quot;&gt;&lt;br&gt;&lt;/p&gt;&lt;hr size=&quot;1&quot; style=&quot;border-style:solid;&quot;&gt;&lt;p style=&quot;margin:0px;margin-left:4px;&quot;&gt;&lt;br&gt;&lt;/p&gt;&lt;p style=&quot;margin:0px;margin-left:4px;&quot;&gt;&lt;br&gt;&lt;/p&gt;" style="verticalAlign=top;align=left;overflow=fill;html=1;whiteSpace=wrap;" parent="1" vertex="1">
                    <mxGeometry x="32.5" y="1440" width="195" height="160" as="geometry"/>
                </mxCell>
                <mxCell id="19" value="&lt;p style=&quot;margin:0px;margin-top:4px;text-align:center;&quot;&gt;&lt;b&gt;&amp;lt;&amp;lt;EXtention&amp;gt;&amp;gt;&lt;/b&gt;&lt;/p&gt;&lt;p style=&quot;margin:0px;margin-top:4px;text-align:center;&quot;&gt;&lt;b&gt;Swagger&lt;/b&gt;&lt;/p&gt;&lt;hr size=&quot;1&quot; style=&quot;border-style:solid;&quot;&gt;&lt;p style=&quot;margin:0px;margin-left:4px;&quot;&gt;&lt;br&gt;&lt;/p&gt;&lt;p style=&quot;margin:0px;margin-left:4px;&quot;&gt;&lt;br&gt;&lt;/p&gt;&lt;hr size=&quot;1&quot; style=&quot;border-style:solid;&quot;&gt;&lt;p style=&quot;margin:0px;margin-left:4px;&quot;&gt;&lt;br&gt;&lt;/p&gt;" style="verticalAlign=top;align=left;overflow=fill;html=1;whiteSpace=wrap;" parent="1" vertex="1">
                    <mxGeometry x="260" y="1440" width="210" height="150" as="geometry"/>
                </mxCell>
                <mxCell id="20" value="&lt;p style=&quot;margin:0px;margin-top:4px;text-align:center;&quot;&gt;&lt;b&gt;&amp;lt;&amp;lt;EXtention&amp;gt;&amp;gt;&lt;/b&gt;&lt;/p&gt;&lt;p style=&quot;margin:0px;margin-top:4px;text-align:center;&quot;&gt;&lt;b&gt;Middleware&lt;/b&gt;&lt;/p&gt;&lt;hr size=&quot;1&quot; style=&quot;border-style:solid;&quot;&gt;&lt;p style=&quot;margin:0px;margin-left:4px;&quot;&gt;&lt;br&gt;&lt;/p&gt;&lt;hr size=&quot;1&quot; style=&quot;border-style:solid;&quot;&gt;&lt;p style=&quot;margin:0px;margin-left:4px;&quot;&gt;&lt;br&gt;&lt;/p&gt;" style="verticalAlign=top;align=left;overflow=fill;html=1;whiteSpace=wrap;" parent="1" vertex="1">
                    <mxGeometry x="500" y="1440" width="195" height="150" as="geometry"/>
                </mxCell>
                <mxCell id="21" value="&lt;p style=&quot;margin:0px;margin-top:4px;text-align:center;&quot;&gt;&lt;b&gt;&amp;lt;&amp;lt;EXtention&amp;gt;&amp;gt;&lt;/b&gt;&lt;/p&gt;&lt;p style=&quot;margin:0px;margin-top:4px;text-align:center;&quot;&gt;&lt;b&gt;Dipendency&lt;/b&gt;&lt;/p&gt;&lt;hr size=&quot;1&quot; style=&quot;border-style:solid;&quot;&gt;&lt;p style=&quot;margin:0px;margin-left:4px;&quot;&gt;&lt;br&gt;&lt;/p&gt;&lt;hr size=&quot;1&quot; style=&quot;border-style:solid;&quot;&gt;&lt;p style=&quot;margin:0px;margin-left:4px;&quot;&gt;&lt;br&gt;&lt;/p&gt;&lt;p style=&quot;margin:0px;margin-left:4px;&quot;&gt;&lt;br&gt;&lt;/p&gt;" style="verticalAlign=top;align=left;overflow=fill;html=1;whiteSpace=wrap;" parent="1" vertex="1">
                    <mxGeometry x="715" y="1440" width="195" height="200" as="geometry"/>
                </mxCell>
                <mxCell id="22" value="&lt;p style=&quot;margin:0px;margin-top:4px;text-align:center;&quot;&gt;&lt;b&gt;RegisterCategoryController&lt;/b&gt;&lt;/p&gt;&lt;hr size=&quot;1&quot; style=&quot;border-style:solid;&quot;&gt;&lt;p style=&quot;margin:0px;margin-left:4px;&quot;&gt;-_r&lt;span style=&quot;color: rgb(63, 63, 63); background-color: transparent;&quot;&gt;egisterCategoryUsecase :&amp;nbsp;&lt;/span&gt;&lt;span style=&quot;background-color: transparent; color: rgb(63, 63, 63);&quot;&gt;IRegisterCategoryUsecase&lt;/span&gt;&lt;/p&gt;&lt;p style=&quot;margin:0px;margin-left:4px;&quot;&gt;&lt;span style=&quot;color: rgb(63, 63, 63); text-align: center; background-color: transparent;&quot;&gt;-_r&lt;/span&gt;&lt;span style=&quot;color: rgb(63, 63, 63); text-align: center; background-color: transparent; scrollbar-color: rgb(226, 226, 226) rgb(251, 251, 251);&quot;&gt;egisterCategory&lt;/span&gt;&lt;span style=&quot;color: rgb(63, 63, 63); text-align: center; background-color: transparent; scrollbar-color: rgb(226, 226, 226) rgb(251, 251, 251);&quot;&gt;Adapter :&amp;nbsp;&lt;/span&gt;&lt;span style=&quot;color: rgb(63, 63, 63); text-align: center; background-color: transparent; scrollbar-color: rgb(226, 226, 226) rgb(251, 251, 251);&quot;&gt;RegisterCategory&lt;/span&gt;&lt;span style=&quot;color: rgb(63, 63, 63); text-align: center; background-color: transparent; scrollbar-color: rgb(226, 226, 226) rgb(251, 251, 251);&quot;&gt;Adapter&lt;/span&gt;&lt;/p&gt;&lt;div&gt;&lt;span style=&quot;background-color: transparent; scrollbar-color: rgb(226, 226, 226) rgb(251, 251, 251); color: rgb(63, 63, 63);&quot;&gt;&lt;br&gt;&lt;/span&gt;&lt;/div&gt;&lt;hr size=&quot;1&quot; style=&quot;border-style:solid;&quot;&gt;&lt;p style=&quot;margin:0px;margin-left:4px;&quot;&gt;+ ValidateCategory(categoryName) :&amp;nbsp;&lt;span style=&quot;color: rgb(63, 63, 63); background-color: transparent;&quot;&gt;[FromQuery] string&lt;/span&gt;&lt;span style=&quot;color: rgb(63, 63, 63); background-color: transparent;&quot;&gt;&amp;nbsp;&lt;/span&gt;&lt;/p&gt;&lt;p style=&quot;margin:0px;margin-left:4px;&quot;&gt;&lt;span style=&quot;color: rgb(63, 63, 63); background-color: transparent;&quot;&gt;&lt;span style=&quot;color: rgb(63, 63, 63);&quot;&gt;+&lt;/span&gt;&lt;span style=&quot;color: rgb(63, 63, 63); scrollbar-color: rgb(226, 226, 226) rgb(251, 251, 251); background-color: transparent;&quot;&gt;Register(request&lt;/span&gt;&lt;span style=&quot;scrollbar-color: rgb(226, 226, 226) rgb(251, 251, 251); background-color: transparent; color: rgb(63, 63, 63);&quot;&gt;l) :&amp;nbsp;&lt;/span&gt;&lt;span style=&quot;scrollbar-color: rgb(226, 226, 226) rgb(251, 251, 251); background-color: transparent; color: rgb(63, 63, 63);&quot;&gt;[FromBody]&amp;nbsp;&lt;/span&gt;&lt;span style=&quot;scrollbar-color: rgb(226, 226, 226) rgb(251, 251, 251); background-color: transparent; color: rgb(63, 63, 63);&quot;&gt;RegistercategoryViewModel&lt;/span&gt;&lt;/span&gt;&lt;/p&gt;" style="verticalAlign=top;align=left;overflow=fill;html=1;whiteSpace=wrap;" parent="1" vertex="1">
                    <mxGeometry x="870" y="870" width="330" height="180" as="geometry"/>
                </mxCell>
                <mxCell id="23" value="&lt;p style=&quot;margin:0px;margin-top:4px;text-align:center;&quot;&gt;&lt;b&gt;RegisterCategoryViewModel&lt;/b&gt;&lt;/p&gt;&lt;hr size=&quot;1&quot; style=&quot;border-style:solid;&quot;&gt;&lt;p style=&quot;margin:0px;margin-left:4px;&quot;&gt;&lt;span style=&quot;color: rgb(63, 63, 63); background-color: transparent;&quot;&gt;+productName&lt;/span&gt;&lt;/p&gt;&lt;p style=&quot;margin:0px;margin-left:4px;&quot;&gt;+price&lt;/p&gt;&lt;p style=&quot;margin:0px;margin-left:4px;&quot;&gt;+stock&lt;/p&gt;&lt;p style=&quot;margin:0px;margin-left:4px;&quot;&gt;+categoryId&lt;/p&gt;&lt;p style=&quot;margin:0px;margin-left:4px;&quot;&gt;+productImage&lt;/p&gt;&lt;p style=&quot;margin:0px;margin-left:4px;&quot;&gt;&lt;br&gt;&lt;/p&gt;&lt;hr size=&quot;1&quot; style=&quot;border-style:solid;&quot;&gt;&lt;p style=&quot;margin:0px;margin-left:4px;&quot;&gt;&lt;br&gt;&lt;/p&gt;" style="verticalAlign=top;align=left;overflow=fill;html=1;whiteSpace=wrap;" parent="1" vertex="1">
                    <mxGeometry x="870" y="1240" width="170" height="150" as="geometry"/>
                </mxCell>
                <mxCell id="26" style="edgeStyle=none;html=1;exitX=0.5;exitY=0;exitDx=0;exitDy=0;entryX=0.281;entryY=1.009;entryDx=0;entryDy=0;entryPerimeter=0;" edge="1" parent="1" source="4" target="2">
                    <mxGeometry relative="1" as="geometry"/>
                </mxCell>
                <mxCell id="28" style="edgeStyle=none;html=1;exitX=0.5;exitY=0;exitDx=0;exitDy=0;entryX=0.311;entryY=1.009;entryDx=0;entryDy=0;entryPerimeter=0;" edge="1" parent="1" source="14" target="5">
                    <mxGeometry relative="1" as="geometry"/>
                </mxCell>
                <mxCell id="30" style="edgeStyle=none;html=1;exitX=0.5;exitY=0;exitDx=0;exitDy=0;entryX=0.337;entryY=1.02;entryDx=0;entryDy=0;entryPerimeter=0;" edge="1" parent="1" source="15" target="6">
                    <mxGeometry relative="1" as="geometry"/>
                </mxCell>
                <mxCell id="31" value="&lt;p style=&quot;margin:0px;margin-top:4px;text-align:center;&quot;&gt;&lt;b style=&quot;color: rgb(63, 63, 63); background-color: transparent;&quot;&gt;RegisterCategoryViewModelAdapter&lt;/b&gt;&lt;/p&gt;&lt;hr size=&quot;1&quot; style=&quot;border-style:solid;&quot;&gt;&lt;p style=&quot;margin:0px;margin-left:4px;&quot;&gt;&lt;br&gt;&lt;/p&gt;&lt;p style=&quot;margin:0px;margin-left:4px;&quot;&gt;&lt;br&gt;&lt;/p&gt;&lt;hr size=&quot;1&quot; style=&quot;border-style:solid;&quot;&gt;&lt;p style=&quot;margin:0px;margin-left:4px;&quot;&gt;&lt;span style=&quot;color: rgb(63, 63, 63); scrollbar-color: rgb(226, 226, 226) rgb(251, 251, 251); background-color: transparent;&quot;&gt;+&lt;/span&gt;&lt;span style=&quot;background-color: transparent; color: rgb(63, 63, 63);&quot;&gt;Restorer&lt;/span&gt;&lt;/p&gt;&lt;p style=&quot;margin:0px;margin-left:4px;&quot;&gt;&lt;span style=&quot;color: rgb(63, 63, 63); scrollbar-color: rgb(226, 226, 226) rgb(251, 251, 251); background-color: transparent;&quot;&gt;(&lt;/span&gt;&lt;span style=&quot;scrollbar-color: rgb(226, 226, 226) rgb(251, 251, 251); background-color: transparent; text-align: center; color: rgb(63, 63, 63);&quot;&gt;&amp;nbsp;ta&lt;/span&gt;&lt;span style=&quot;color: rgb(63, 63, 63); text-align: center; background-color: transparent;&quot;&gt;rget&lt;/span&gt;&lt;span style=&quot;background-color: transparent; scrollbar-color: rgb(226, 226, 226) rgb(251, 251, 251); color: rgb(63, 63, 63);&quot;&gt;)&lt;/span&gt;&lt;span style=&quot;background-color: transparent; color: rgb(63, 63, 63);&quot;&gt;：&lt;/span&gt;&lt;span style=&quot;color: rgb(63, 63, 63); text-align: center; background-color: transparent;&quot;&gt;RegisterCategoryViewModel&lt;/span&gt;&lt;/p&gt;" style="verticalAlign=top;align=left;overflow=fill;html=1;whiteSpace=wrap;" vertex="1" parent="1">
                    <mxGeometry x="870" y="1080" width="220" height="120" as="geometry"/>
                </mxCell>
                <mxCell id="33" style="edgeStyle=none;html=1;exitX=0.5;exitY=0;exitDx=0;exitDy=0;entryX=0.332;entryY=1.009;entryDx=0;entryDy=0;entryPerimeter=0;" edge="1" parent="1" source="31" target="22">
                    <mxGeometry relative="1" as="geometry"/>
                </mxCell>
-                 <mxCell id="34" style="edgeStyle=none;html=1;exitX=0.5;exitY=0;exitDx=0;exitDy=0;entryX=0.308;entryY=0.994;entryDx=0;entryDy=0;entryPerimeter=0;" edge="1" parent="1" source="13" target="8">
+                 <mxCell id="34" style="edgeStyle=none;html=1;exitX=0.396;exitY=0;exitDx=0;exitDy=0;entryX=0.308;entryY=0.994;entryDx=0;entryDy=0;entryPerimeter=0;exitPerimeter=0;" edge="1" parent="1" source="13" target="8">
                    <mxGeometry relative="1" as="geometry"/>
                </mxCell>
-                 <mxCell id="35" value="&lt;p style=&quot;margin:0px;margin-top:4px;text-align:center;&quot;&gt;&lt;b style=&quot;color: rgb(63, 63, 63); background-color: transparent;&quot;&gt;LoginUserViewModelAdapter&lt;/b&gt;&lt;/p&gt;&lt;hr size=&quot;1&quot; style=&quot;border-style:solid;&quot;&gt;&lt;p style=&quot;margin:0px;margin-left:4px;&quot;&gt;&lt;br&gt;&lt;/p&gt;&lt;p style=&quot;margin:0px;margin-left:4px;&quot;&gt;&lt;br&gt;&lt;/p&gt;&lt;hr size=&quot;1&quot; style=&quot;border-style:solid;&quot;&gt;&lt;p style=&quot;margin:0px;margin-left:4px;&quot;&gt;&lt;span style=&quot;color: rgb(63, 63, 63); scrollbar-color: rgb(226, 226, 226) rgb(251, 251, 251); background-color: transparent;&quot;&gt;+&lt;/span&gt;&lt;span style=&quot;background-color: transparent; color: rgb(63, 63, 63);&quot;&gt;Restorer&lt;/span&gt;&lt;/p&gt;&lt;p style=&quot;margin:0px;margin-left:4px;&quot;&gt;&lt;span style=&quot;color: rgb(63, 63, 63); scrollbar-color: rgb(226, 226, 226) rgb(251, 251, 251); background-color: transparent;&quot;&gt;(&lt;/span&gt;&lt;span style=&quot;scrollbar-color: rgb(226, 226, 226) rgb(251, 251, 251); background-color: transparent; text-align: center; color: rgb(63, 63, 63);&quot;&gt;&amp;nbsp;t&lt;/span&gt;&lt;span style=&quot;color: rgb(63, 63, 63); text-align: center; background-color: transparent;&quot;&gt;arget&lt;/span&gt;&lt;span style=&quot;background-color: transparent; scrollbar-color: rgb(226, 226, 226) rgb(251, 251, 251); color: rgb(63, 63, 63);&quot;&gt;)&lt;/span&gt;&lt;span style=&quot;background-color: transparent; color: rgb(63, 63, 63);&quot;&gt;：Login&lt;/span&gt;&lt;span style=&quot;color: rgb(63, 63, 63); text-align: center; background-color: transparent;&quot;&gt;UserViewModel&lt;/span&gt;&lt;/p&gt;" style="verticalAlign=top;align=left;overflow=fill;html=1;whiteSpace=wrap;" vertex="1" parent="1">
-                     <mxGeometry x="1630" y="1080" width="193.5" height="120" as="geometry"/>
+                 <mxCell id="35" value="&lt;p style=&quot;margin:0px;margin-top:4px;text-align:center;&quot;&gt;&lt;b style=&quot;color: rgb(63, 63, 63); background-color: transparent;&quot;&gt;Login&lt;span style=&quot;color: rgb(63, 63, 63);&quot;&gt;Employee&lt;/span&gt;ViewModelAdapter&lt;/b&gt;&lt;/p&gt;&lt;hr size=&quot;1&quot; style=&quot;border-style:solid;&quot;&gt;&lt;p style=&quot;margin:0px;margin-left:4px;&quot;&gt;&lt;br&gt;&lt;/p&gt;&lt;p style=&quot;margin:0px;margin-left:4px;&quot;&gt;&lt;br&gt;&lt;/p&gt;&lt;hr size=&quot;1&quot; style=&quot;border-style:solid;&quot;&gt;&lt;p style=&quot;margin:0px;margin-left:4px;&quot;&gt;&lt;span style=&quot;color: rgb(63, 63, 63); scrollbar-color: rgb(226, 226, 226) rgb(251, 251, 251); background-color: transparent;&quot;&gt;+&lt;/span&gt;&lt;span style=&quot;background-color: transparent; color: rgb(63, 63, 63);&quot;&gt;Restorer&lt;/span&gt;&lt;/p&gt;&lt;p style=&quot;margin:0px;margin-left:4px;&quot;&gt;&lt;span style=&quot;color: rgb(63, 63, 63); scrollbar-color: rgb(226, 226, 226) rgb(251, 251, 251); background-color: transparent;&quot;&gt;(&lt;/span&gt;&lt;span style=&quot;scrollbar-color: rgb(226, 226, 226) rgb(251, 251, 251); background-color: transparent; text-align: center; color: rgb(63, 63, 63);&quot;&gt;&amp;nbsp;t&lt;/span&gt;&lt;span style=&quot;color: rgb(63, 63, 63); text-align: center; background-color: transparent;&quot;&gt;arget&lt;/span&gt;&lt;span style=&quot;background-color: transparent; scrollbar-color: rgb(226, 226, 226) rgb(251, 251, 251); color: rgb(63, 63, 63);&quot;&gt;)&lt;/span&gt;&lt;span style=&quot;background-color: transparent; color: rgb(63, 63, 63);&quot;&gt;：Login&lt;/span&gt;&lt;span style=&quot;color: rgb(63, 63, 63); text-align: center; background-color: transparent;&quot;&gt;UserViewModel&lt;/span&gt;&lt;/p&gt;" style="verticalAlign=top;align=left;overflow=fill;html=1;whiteSpace=wrap;" vertex="1" parent="1">
+                     <mxGeometry x="1630" y="1080" width="270" height="120" as="geometry"/>
                </mxCell>
-                 <mxCell id="36" style="edgeStyle=none;html=1;exitX=0.5;exitY=0;exitDx=0;exitDy=0;entryX=0.281;entryY=1.009;entryDx=0;entryDy=0;entryPerimeter=0;" edge="1" parent="1" source="35" target="9">
+                 <mxCell id="36" style="edgeStyle=none;html=1;exitX=0.344;exitY=0.025;exitDx=0;exitDy=0;entryX=0.25;entryY=1;entryDx=0;entryDy=0;exitPerimeter=0;" edge="1" parent="1" source="35" target="9">
                    <mxGeometry relative="1" as="geometry"/>
                </mxCell>
                <mxCell id="37" value="&amp;lt;&amp;lt;Use&amp;gt;&amp;gt;" style="text;html=1;align=center;verticalAlign=middle;whiteSpace=wrap;rounded=0;" vertex="1" parent="1">
                    <mxGeometry x="1730" y="1050" width="60" height="30" as="geometry"/>
+                 </mxCell>
+                 <mxCell id="43" value="" style="edgeStyle=none;html=1;" edge="1" parent="1" source="38" target="13">
+                     <mxGeometry relative="1" as="geometry"/>
                </mxCell>
                <mxCell id="38" value="&amp;lt;&amp;lt;Use&amp;gt;&amp;gt;" style="text;html=1;align=center;verticalAlign=middle;whiteSpace=wrap;rounded=0;" vertex="1" parent="1">
                    <mxGeometry x="1350" y="1050" width="60" height="30" as="geometry"/>
                </mxCell>
                <mxCell id="39" value="&amp;lt;&amp;lt;Use&amp;gt;&amp;gt;" style="text;html=1;align=center;verticalAlign=middle;whiteSpace=wrap;rounded=0;" vertex="1" parent="1">
                    <mxGeometry x="990" y="1050" width="60" height="30" as="geometry"/>
                </mxCell>
                <mxCell id="40" value="&amp;lt;&amp;lt;Use&amp;gt;&amp;gt;" style="text;html=1;align=center;verticalAlign=middle;whiteSpace=wrap;rounded=0;" vertex="1" parent="1">
                    <mxGeometry x="493.75" y="1050" width="60" height="30" as="geometry"/>
                </mxCell>
                <mxCell id="41" value="&amp;lt;&amp;lt;Use&amp;gt;&amp;gt;" style="text;html=1;align=center;verticalAlign=middle;whiteSpace=wrap;rounded=0;" vertex="1" parent="1">
                    <mxGeometry x="80" y="1050" width="60" height="30" as="geometry"/>
                </mxCell>
                <mxCell id="42" value="&amp;lt;&amp;lt;Use&amp;gt;&amp;gt;" style="text;html=1;align=center;verticalAlign=middle;whiteSpace=wrap;rounded=0;" vertex="1" parent="1">
                    <mxGeometry x="-310" y="1050" width="60" height="30" as="geometry"/>
                </mxCell>
            </root>
        </mxGraphModel>
    </diagram>
</mxfile>